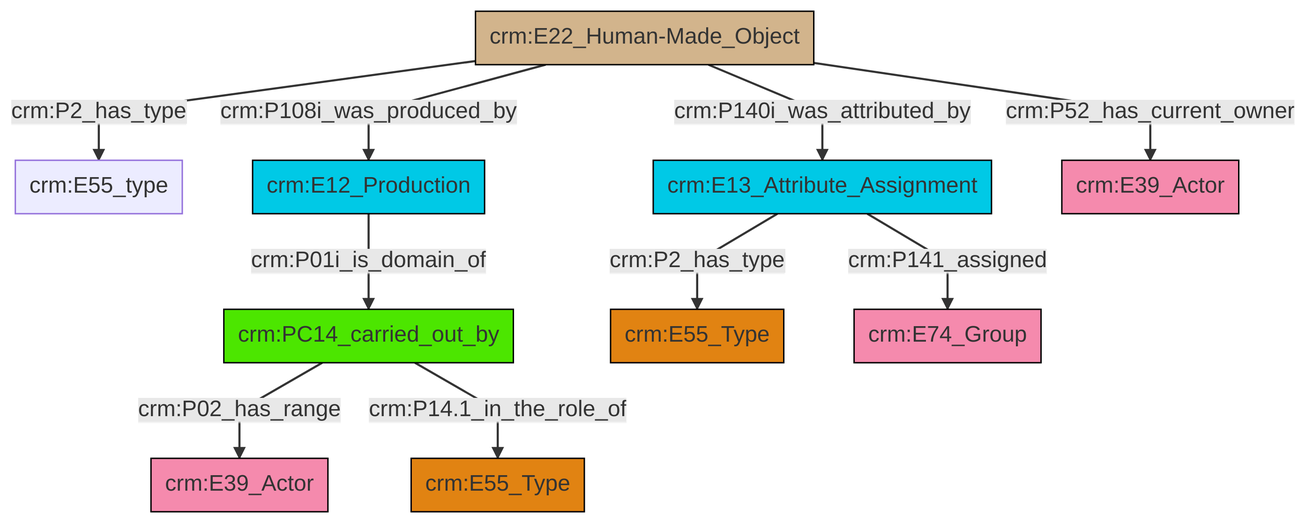
Above: et/builtWorkCSV/ttl/mmd/png/Built_Work_actor_relations.png in swiss-art-research-net/reference-data-models (Mermaid), before the change. Its source is kept beside it as et/builtWorkCSV/ttl/mmd/Built_Work_actor_relations.ttl.mmd.
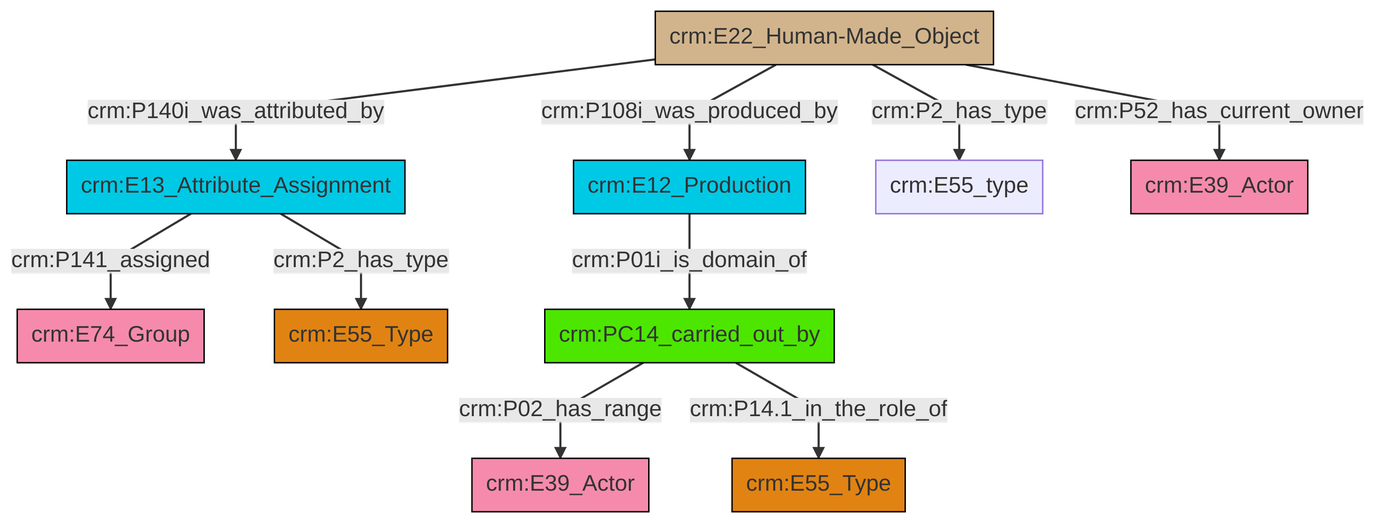
After the commit.

Change to the diagram source:
```diff
@@ -13,12 +13,12 @@
 classDef PC_Classes fill:#4ce600, stroke:#000000;
 classDef Multi fill:#cccccc,stroke:#000000;
 
-0["crm:E22_Human-Made_Object"]:::Physical_Thing -->|crm:P2_has_type| 1["crm:E55_type"]:::Default
-0["crm:E22_Human-Made_Object"]:::Physical_Thing -->|crm:P108i_was_produced_by| 2["crm:E12_Production"]:::Temporal_Entity
-5["crm:PC14_carried_out_by"]:::PC_Classes -->|crm:P02_has_range| 3["crm:E39_Actor"]:::Actor
-9["crm:E13_Attribute_Assignment"]:::Temporal_Entity -->|crm:P2_has_type| 6["crm:E55_Type"]:::Type
-5["crm:PC14_carried_out_by"]:::PC_Classes -->|crm:P14.1_in_the_role_of| 11["crm:E55_Type"]:::Type
-0["crm:E22_Human-Made_Object"]:::Physical_Thing -->|crm:P140i_was_attributed_by| 9["crm:E13_Attribute_Assignment"]:::Temporal_Entity
-2["crm:E12_Production"]:::Temporal_Entity -->|crm:P01i_is_domain_of| 5["crm:PC14_carried_out_by"]:::PC_Classes
-0["crm:E22_Human-Made_Object"]:::Physical_Thing -->|crm:P52_has_current_owner| 19["crm:E39_Actor"]:::Actor
-9["crm:E13_Attribute_Assignment"]:::Temporal_Entity -->|crm:P141_assigned| 13["crm:E74_Group"]:::Actor
+0["crm:E13_Attribute_Assignment"]:::Temporal_Entity -->|crm:P141_assigned| 1["crm:E74_Group"]:::Actor
+5["crm:E12_Production"]:::Temporal_Entity -->|crm:P01i_is_domain_of| 7["crm:PC14_carried_out_by"]:::PC_Classes
+0["crm:E13_Attribute_Assignment"]:::Temporal_Entity -->|crm:P2_has_type| 2["crm:E55_Type"]:::Type
+10["crm:E22_Human-Made_Object"]:::Physical_Thing -->|crm:P108i_was_produced_by| 5["crm:E12_Production"]:::Temporal_Entity
+10["crm:E22_Human-Made_Object"]:::Physical_Thing -->|crm:P2_has_type| 11["crm:E55_type"]:::Default
+7["crm:PC14_carried_out_by"]:::PC_Classes -->|crm:P02_has_range| 8["crm:E39_Actor"]:::Actor
+7["crm:PC14_carried_out_by"]:::PC_Classes -->|crm:P14.1_in_the_role_of| 13["crm:E55_Type"]:::Type
+10["crm:E22_Human-Made_Object"]:::Physical_Thing -->|crm:P52_has_current_owner| 15["crm:E39_Actor"]:::Actor
+10["crm:E22_Human-Made_Object"]:::Physical_Thing -->|crm:P140i_was_attributed_by| 0["crm:E13_Attribute_Assignment"]:::Temporal_Entity
```
